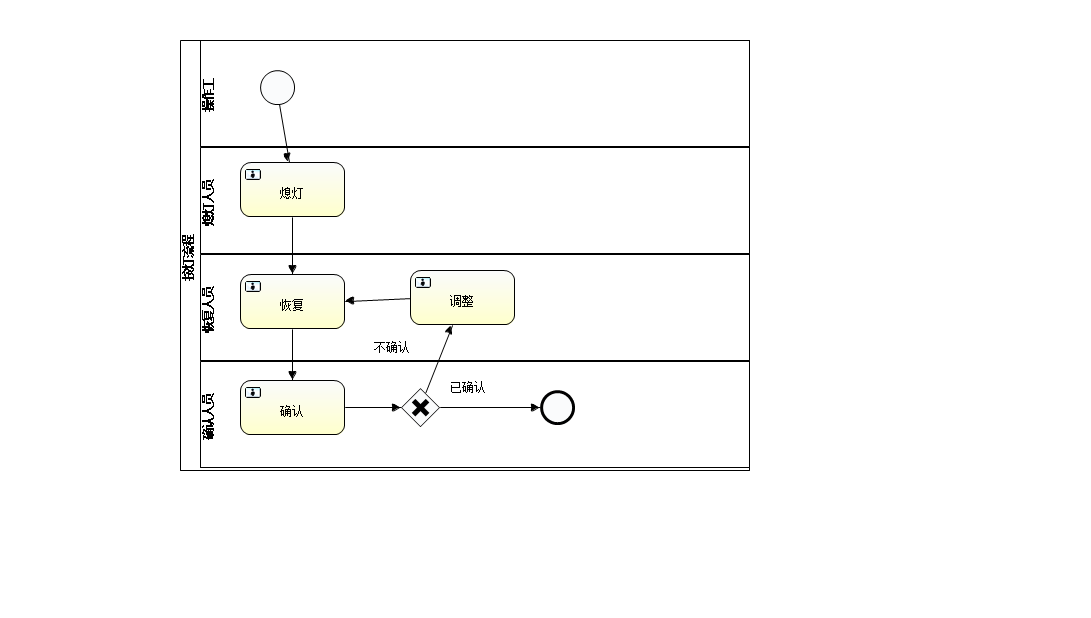
zdq0412/dimes keeps this BPMN diagram as dimes/src/main/resources/workflow/diagrams/pressLightWorkflow.png. Above is the earlier version. Its source is kept beside it as dimes/src/main/resources/workflow/diagrams/pressLightWorkflow.bpmn. Ids are renumbered. Source of this version:
```xml
<definitions xmlns="http://www.omg.org/spec/BPMN/20100524/MODEL" xmlns:xsi="http://www.w3.org/2001/XMLSchema-instance" xmlns:xsd="http://www.w3.org/2001/XMLSchema" xmlns:activiti="http://activiti.org/bpmn" xmlns:bpmndi="http://www.omg.org/spec/BPMN/20100524/DI" xmlns:omgdc="http://www.omg.org/spec/DD/20100524/DC" xmlns:omgdi="http://www.omg.org/spec/DD/20100524/DI" typeLanguage="http://www.w3.org/2001/XMLSchema" expressionLanguage="http://www.w3.org/1999/XPath" targetNamespace="http://www.digitzones.com">
  <collaboration id="Collaboration">
    <participant id="pressLightPool" name="按灯流程" processRef="pressLightWorkflow"></participant>
  </collaboration>
  <process id="pressLightWorkflow" name="按灯流程" isExecutable="true">
    <laneSet id="laneSet_pressLightWorkflow">
      <lane id="employee" name="操作工">
        <flowNodeRef>pressLightProcessStart</flowNodeRef>
      </lane>
      <lane id="lightoutLane" name="熄灯人员">
        <flowNodeRef>lightout</flowNodeRef>
      </lane>
      <lane id="recoverLane" name="恢复人员">
        <flowNodeRef>recover</flowNodeRef>
        <flowNodeRef>adjust</flowNodeRef>
      </lane>
      <lane id="confirmLane" name="确认人员">
        <flowNodeRef>confirm</flowNodeRef>
        <flowNodeRef>exclusivegateway1</flowNodeRef>
        <flowNodeRef>pressLightProcessEnd</flowNodeRef>
      </lane>
    </laneSet>
    <userTask id="lightout" name="熄灯" activiti:assignee="${lightoutPerson}" activiti:candidateUsers="${lightoutPersons}" activiti:candidateGroups="${lightoutRoles}"></userTask>
    <startEvent id="pressLightProcessStart" name="按灯流程开始" activiti:initiator="applyUserId"></startEvent>
    <sequenceFlow id="flow1" sourceRef="pressLightProcessStart" targetRef="lightout"></sequenceFlow>
    <sequenceFlow id="flow2" sourceRef="lightout" targetRef="recover"></sequenceFlow>
    <userTask id="recover" name="恢复" activiti:assignee="${lightoutRecoverPerson}" activiti:candidateUsers="${lightoutRecoverPersons}" activiti:candidateGroups="${lightoutRecoverRoles}"></userTask>
    <sequenceFlow id="flow3" sourceRef="recover" targetRef="confirm"></sequenceFlow>
    <userTask id="confirm" name="确认" activiti:assignee="${lightoutConfirmPerson}" activiti:candidateUsers="${lightoutConfirmPersons}" activiti:candidateGroups="${lightoutConfirmRoles}"></userTask>
    <sequenceFlow id="flow5" sourceRef="confirm" targetRef="exclusivegateway1"></sequenceFlow>
    <exclusiveGateway id="exclusivegateway1" name="Exclusive Gateway"></exclusiveGateway>
    <sequenceFlow id="flow6" name="不确认" sourceRef="exclusivegateway1" targetRef="adjust"></sequenceFlow>
    <sequenceFlow id="flow7" name="已确认" sourceRef="exclusivegateway1" targetRef="pressLightProcessEnd"></sequenceFlow>
    <endEvent id="pressLightProcessEnd" name="按灯流程结束"></endEvent>
    <userTask id="adjust" name="调整"></userTask>
    <sequenceFlow id="flow8" sourceRef="adjust" targetRef="recover"></sequenceFlow>
  </process>
  <bpmndi:BPMNDiagram id="BPMNDiagram_Collaboration">
    <bpmndi:BPMNPlane bpmnElement="Collaboration" id="BPMNPlane_Collaboration">
      <bpmndi:BPMNShape bpmnElement="pressLightPool" id="BPMNShape_pressLightPool">
        <omgdc:Bounds height="431.0" width="570.0" x="180.0" y="40.0"></omgdc:Bounds>
      </bpmndi:BPMNShape>
      <bpmndi:BPMNShape bpmnElement="employee" id="BPMNShape_employee">
        <omgdc:Bounds height="107.0" width="550.0" x="200.0" y="40.0"></omgdc:Bounds>
      </bpmndi:BPMNShape>
      <bpmndi:BPMNShape bpmnElement="lightoutLane" id="BPMNShape_lightoutLane">
        <omgdc:Bounds height="107.0" width="550.0" x="200.0" y="147.0"></omgdc:Bounds>
      </bpmndi:BPMNShape>
      <bpmndi:BPMNShape bpmnElement="recoverLane" id="BPMNShape_recoverLane">
        <omgdc:Bounds height="107.0" width="550.0" x="200.0" y="254.0"></omgdc:Bounds>
      </bpmndi:BPMNShape>
      <bpmndi:BPMNShape bpmnElement="confirmLane" id="BPMNShape_confirmLane">
        <omgdc:Bounds height="107.0" width="550.0" x="200.0" y="361.0"></omgdc:Bounds>
      </bpmndi:BPMNShape>
      <bpmndi:BPMNShape bpmnElement="lightout" id="BPMNShape_lightout">
        <omgdc:Bounds height="55.0" width="105.0" x="240.0" y="162.0"></omgdc:Bounds>
      </bpmndi:BPMNShape>
      <bpmndi:BPMNShape bpmnElement="pressLightProcessStart" id="BPMNShape_pressLightProcessStart">
        <omgdc:Bounds height="35.0" width="35.0" x="260.0" y="70.0"></omgdc:Bounds>
      </bpmndi:BPMNShape>
      <bpmndi:BPMNShape bpmnElement="recover" id="BPMNShape_recover">
        <omgdc:Bounds height="55.0" width="105.0" x="240.0" y="274.0"></omgdc:Bounds>
      </bpmndi:BPMNShape>
      <bpmndi:BPMNShape bpmnElement="confirm" id="BPMNShape_confirm">
        <omgdc:Bounds height="55.0" width="105.0" x="240.0" y="380.0"></omgdc:Bounds>
      </bpmndi:BPMNShape>
      <bpmndi:BPMNShape bpmnElement="exclusivegateway1" id="BPMNShape_exclusivegateway1">
        <omgdc:Bounds height="40.0" width="40.0" x="400.0" y="387.0"></omgdc:Bounds>
      </bpmndi:BPMNShape>
      <bpmndi:BPMNShape bpmnElement="pressLightProcessEnd" id="BPMNShape_pressLightProcessEnd">
        <omgdc:Bounds height="35.0" width="35.0" x="540.0" y="390.0"></omgdc:Bounds>
      </bpmndi:BPMNShape>
      <bpmndi:BPMNShape bpmnElement="adjust" id="BPMNShape_adjust">
        <omgdc:Bounds height="55.0" width="105.0" x="410.0" y="270.0"></omgdc:Bounds>
      </bpmndi:BPMNShape>
      <bpmndi:BPMNEdge bpmnElement="flow1" id="BPMNEdge_flow1">
        <omgdi:waypoint x="277.0" y="105.0"></omgdi:waypoint>
        <omgdi:waypoint x="292.0" y="162.0"></omgdi:waypoint>
      </bpmndi:BPMNEdge>
      <bpmndi:BPMNEdge bpmnElement="flow2" id="BPMNEdge_flow2">
        <omgdi:waypoint x="292.0" y="217.0"></omgdi:waypoint>
        <omgdi:waypoint x="292.0" y="274.0"></omgdi:waypoint>
      </bpmndi:BPMNEdge>
      <bpmndi:BPMNEdge bpmnElement="flow3" id="BPMNEdge_flow3">
        <omgdi:waypoint x="292.0" y="329.0"></omgdi:waypoint>
        <omgdi:waypoint x="292.0" y="380.0"></omgdi:waypoint>
      </bpmndi:BPMNEdge>
      <bpmndi:BPMNEdge bpmnElement="flow5" id="BPMNEdge_flow5">
        <omgdi:waypoint x="345.0" y="407.0"></omgdi:waypoint>
        <omgdi:waypoint x="400.0" y="407.0"></omgdi:waypoint>
      </bpmndi:BPMNEdge>
      <bpmndi:BPMNEdge bpmnElement="flow6" id="BPMNEdge_flow6">
        <omgdi:waypoint x="420.0" y="387.0"></omgdi:waypoint>
        <omgdi:waypoint x="462.0" y="325.0"></omgdi:waypoint>
        <bpmndi:BPMNLabel>
          <omgdc:Bounds height="14.0" width="100.0" x="355.0" y="300.0"></omgdc:Bounds>
        </bpmndi:BPMNLabel>
      </bpmndi:BPMNEdge>
      <bpmndi:BPMNEdge bpmnElement="flow7" id="BPMNEdge_flow7">
        <omgdi:waypoint x="440.0" y="407.0"></omgdi:waypoint>
        <omgdi:waypoint x="540.0" y="407.0"></omgdi:waypoint>
        <bpmndi:BPMNLabel>
          <omgdc:Bounds height="14.0" width="100.0" x="451.0" y="360.0"></omgdc:Bounds>
        </bpmndi:BPMNLabel>
      </bpmndi:BPMNEdge>
      <bpmndi:BPMNEdge bpmnElement="flow8" id="BPMNEdge_flow8">
        <omgdi:waypoint x="410.0" y="297.0"></omgdi:waypoint>
        <omgdi:waypoint x="345.0" y="301.0"></omgdi:waypoint>
      </bpmndi:BPMNEdge>
    </bpmndi:BPMNPlane>
  </bpmndi:BPMNDiagram>
</definitions>
```
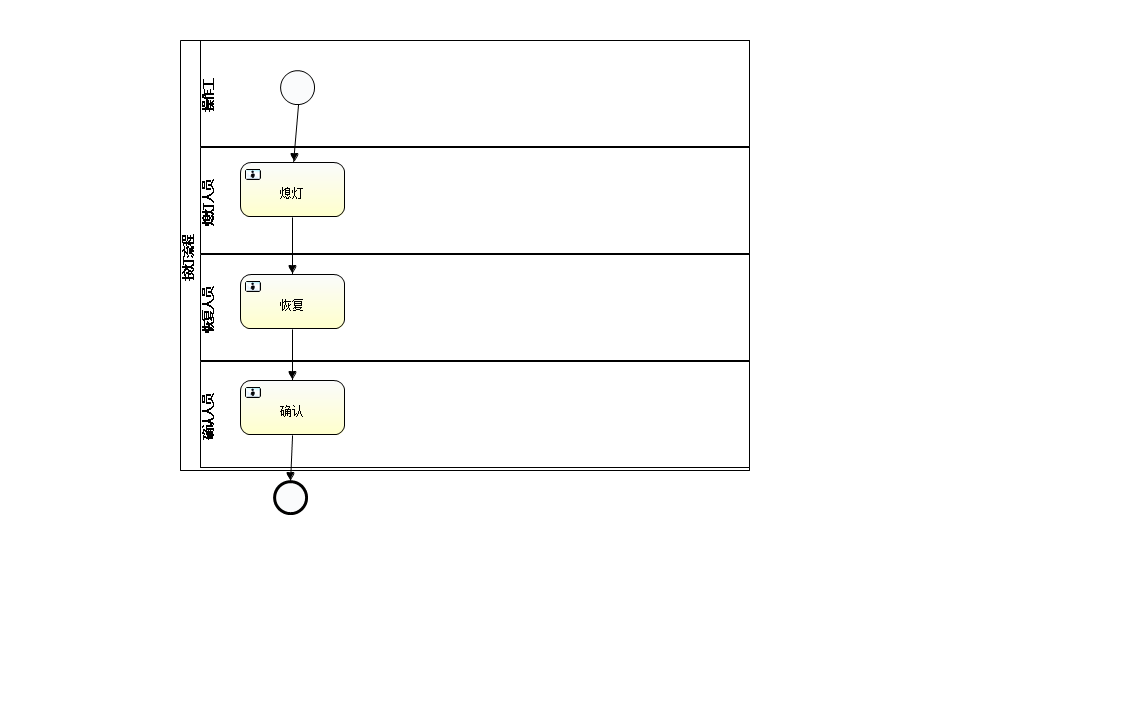
After the commit.

Diff of the diagram source:
```diff
@@ -12,12 +12,9 @@
       </lane>
       <lane id="recoverLane" name="恢复人员">
         <flowNodeRef>recover</flowNodeRef>
-        <flowNodeRef>adjust</flowNodeRef>
       </lane>
       <lane id="confirmLane" name="确认人员">
         <flowNodeRef>confirm</flowNodeRef>
-        <flowNodeRef>exclusivegateway1</flowNodeRef>
-        <flowNodeRef>pressLightProcessEnd</flowNodeRef>
       </lane>
     </laneSet>
     <userTask id="lightout" name="熄灯" activiti:assignee="${lightoutPerson}" activiti:candidateUsers="${lightoutPersons}" activiti:candidateGroups="${lightoutRoles}"></userTask>
@@ -27,13 +24,8 @@
     <userTask id="recover" name="恢复" activiti:assignee="${lightoutRecoverPerson}" activiti:candidateUsers="${lightoutRecoverPersons}" activiti:candidateGroups="${lightoutRecoverRoles}"></userTask>
     <sequenceFlow id="flow3" sourceRef="recover" targetRef="confirm"></sequenceFlow>
     <userTask id="confirm" name="确认" activiti:assignee="${lightoutConfirmPerson}" activiti:candidateUsers="${lightoutConfirmPersons}" activiti:candidateGroups="${lightoutConfirmRoles}"></userTask>
-    <sequenceFlow id="flow5" sourceRef="confirm" targetRef="exclusivegateway1"></sequenceFlow>
-    <exclusiveGateway id="exclusivegateway1" name="Exclusive Gateway"></exclusiveGateway>
-    <sequenceFlow id="flow6" name="不确认" sourceRef="exclusivegateway1" targetRef="adjust"></sequenceFlow>
-    <sequenceFlow id="flow7" name="已确认" sourceRef="exclusivegateway1" targetRef="pressLightProcessEnd"></sequenceFlow>
+    <sequenceFlow id="flow4" sourceRef="confirm" targetRef="pressLightProcessEnd"></sequenceFlow>
     <endEvent id="pressLightProcessEnd" name="按灯流程结束"></endEvent>
-    <userTask id="adjust" name="调整"></userTask>
-    <sequenceFlow id="flow8" sourceRef="adjust" targetRef="recover"></sequenceFlow>
   </process>
   <bpmndi:BPMNDiagram id="BPMNDiagram_Collaboration">
     <bpmndi:BPMNPlane bpmnElement="Collaboration" id="BPMNPlane_Collaboration">
@@ -56,7 +48,7 @@
         <omgdc:Bounds height="55.0" width="105.0" x="240.0" y="162.0"></omgdc:Bounds>
       </bpmndi:BPMNShape>
       <bpmndi:BPMNShape bpmnElement="pressLightProcessStart" id="BPMNShape_pressLightProcessStart">
-        <omgdc:Bounds height="35.0" width="35.0" x="260.0" y="70.0"></omgdc:Bounds>
+        <omgdc:Bounds height="35.0" width="35.0" x="280.0" y="70.0"></omgdc:Bounds>
       </bpmndi:BPMNShape>
       <bpmndi:BPMNShape bpmnElement="recover" id="BPMNShape_recover">
         <omgdc:Bounds height="55.0" width="105.0" x="240.0" y="274.0"></omgdc:Bounds>
@@ -64,17 +56,11 @@
       <bpmndi:BPMNShape bpmnElement="confirm" id="BPMNShape_confirm">
         <omgdc:Bounds height="55.0" width="105.0" x="240.0" y="380.0"></omgdc:Bounds>
       </bpmndi:BPMNShape>
-      <bpmndi:BPMNShape bpmnElement="exclusivegateway1" id="BPMNShape_exclusivegateway1">
-        <omgdc:Bounds height="40.0" width="40.0" x="400.0" y="387.0"></omgdc:Bounds>
-      </bpmndi:BPMNShape>
       <bpmndi:BPMNShape bpmnElement="pressLightProcessEnd" id="BPMNShape_pressLightProcessEnd">
-        <omgdc:Bounds height="35.0" width="35.0" x="540.0" y="390.0"></omgdc:Bounds>
-      </bpmndi:BPMNShape>
-      <bpmndi:BPMNShape bpmnElement="adjust" id="BPMNShape_adjust">
-        <omgdc:Bounds height="55.0" width="105.0" x="410.0" y="270.0"></omgdc:Bounds>
+        <omgdc:Bounds height="35.0" width="35.0" x="273.0" y="480.0"></omgdc:Bounds>
       </bpmndi:BPMNShape>
       <bpmndi:BPMNEdge bpmnElement="flow1" id="BPMNEdge_flow1">
-        <omgdi:waypoint x="277.0" y="105.0"></omgdi:waypoint>
+        <omgdi:waypoint x="297.0" y="105.0"></omgdi:waypoint>
         <omgdi:waypoint x="292.0" y="162.0"></omgdi:waypoint>
       </bpmndi:BPMNEdge>
       <bpmndi:BPMNEdge bpmnElement="flow2" id="BPMNEdge_flow2">
@@ -85,27 +71,9 @@
         <omgdi:waypoint x="292.0" y="329.0"></omgdi:waypoint>
         <omgdi:waypoint x="292.0" y="380.0"></omgdi:waypoint>
       </bpmndi:BPMNEdge>
-      <bpmndi:BPMNEdge bpmnElement="flow5" id="BPMNEdge_flow5">
-        <omgdi:waypoint x="345.0" y="407.0"></omgdi:waypoint>
-        <omgdi:waypoint x="400.0" y="407.0"></omgdi:waypoint>
-      </bpmndi:BPMNEdge>
-      <bpmndi:BPMNEdge bpmnElement="flow6" id="BPMNEdge_flow6">
-        <omgdi:waypoint x="420.0" y="387.0"></omgdi:waypoint>
-        <omgdi:waypoint x="462.0" y="325.0"></omgdi:waypoint>
-        <bpmndi:BPMNLabel>
-          <omgdc:Bounds height="14.0" width="100.0" x="355.0" y="300.0"></omgdc:Bounds>
-        </bpmndi:BPMNLabel>
-      </bpmndi:BPMNEdge>
-      <bpmndi:BPMNEdge bpmnElement="flow7" id="BPMNEdge_flow7">
-        <omgdi:waypoint x="440.0" y="407.0"></omgdi:waypoint>
-        <omgdi:waypoint x="540.0" y="407.0"></omgdi:waypoint>
-        <bpmndi:BPMNLabel>
-          <omgdc:Bounds height="14.0" width="100.0" x="451.0" y="360.0"></omgdc:Bounds>
-        </bpmndi:BPMNLabel>
-      </bpmndi:BPMNEdge>
-      <bpmndi:BPMNEdge bpmnElement="flow8" id="BPMNEdge_flow8">
-        <omgdi:waypoint x="410.0" y="297.0"></omgdi:waypoint>
-        <omgdi:waypoint x="345.0" y="301.0"></omgdi:waypoint>
+      <bpmndi:BPMNEdge bpmnElement="flow4" id="BPMNEdge_flow4">
+        <omgdi:waypoint x="292.0" y="435.0"></omgdi:waypoint>
+        <omgdi:waypoint x="290.0" y="480.0"></omgdi:waypoint>
       </bpmndi:BPMNEdge>
     </bpmndi:BPMNPlane>
   </bpmndi:BPMNDiagram>
```
